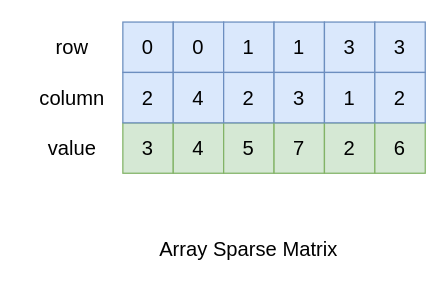
The draw.io diagram src/matrix/sparse-matrix/assets/array-sparse-matrix.drawio in XuShaohua/TheAlgorithms, before the edit. Source tidied: cells renumbered, new cells numbered last; positions are measured from the earlier drawing's top-left corner, leaving out a move shared by most shapes. Both pictures are drawn from the tidied source at 126%, with x=0, y=0 at pixel (21, 21).
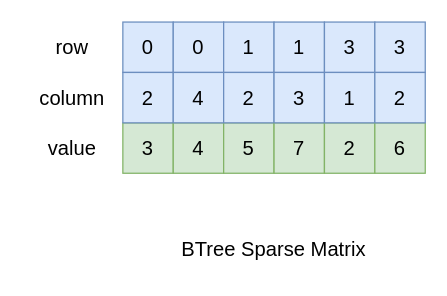
Above is the later version.

Commit message (it also covers changes not shown here):
matrix: Add btree sparse matrix chart

Change to the diagram source:
```diff
@@
-    <mxCell id="23" value="Array Sparse Matrix" style="text;html=1;align=center;verticalAlign=middle;whiteSpace=wrap;rounded=0;fontFamily=Ubuntu;fontSize=16;fontStyle=0;" parent="1" vertex="1">
-      <mxGeometry x="100" y="160" width="160" height="40" as="geometry" />
+    <mxCell id="23" value="BTree Sparse Matrix" style="text;html=1;align=center;verticalAlign=middle;whiteSpace=wrap;rounded=0;fontFamily=Ubuntu;fontSize=16;fontStyle=0;" parent="1" vertex="1">
+      <mxGeometry x="120" y="160" width="160" height="40" as="geometry" />
     </mxCell>
```
